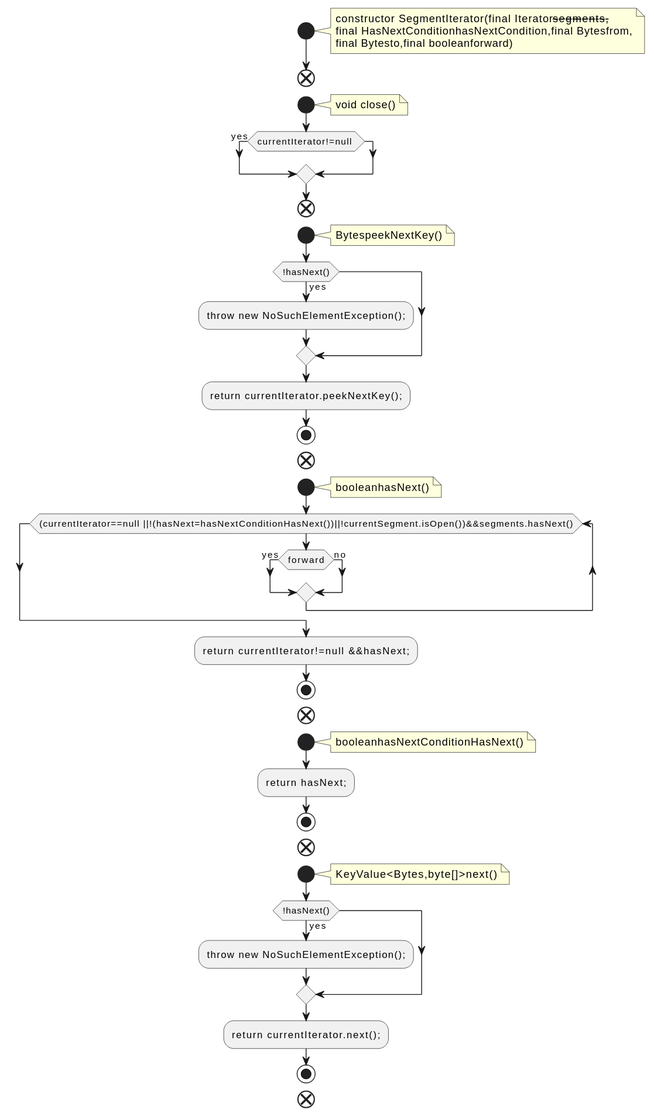
qualitesys/kafka keeps this PlantUML diagram as docs/qc/streams/src/main/java/org/apache/kafka/streams/state/internals/SegmentIterator.java.fct.svg. Above is the earlier version.
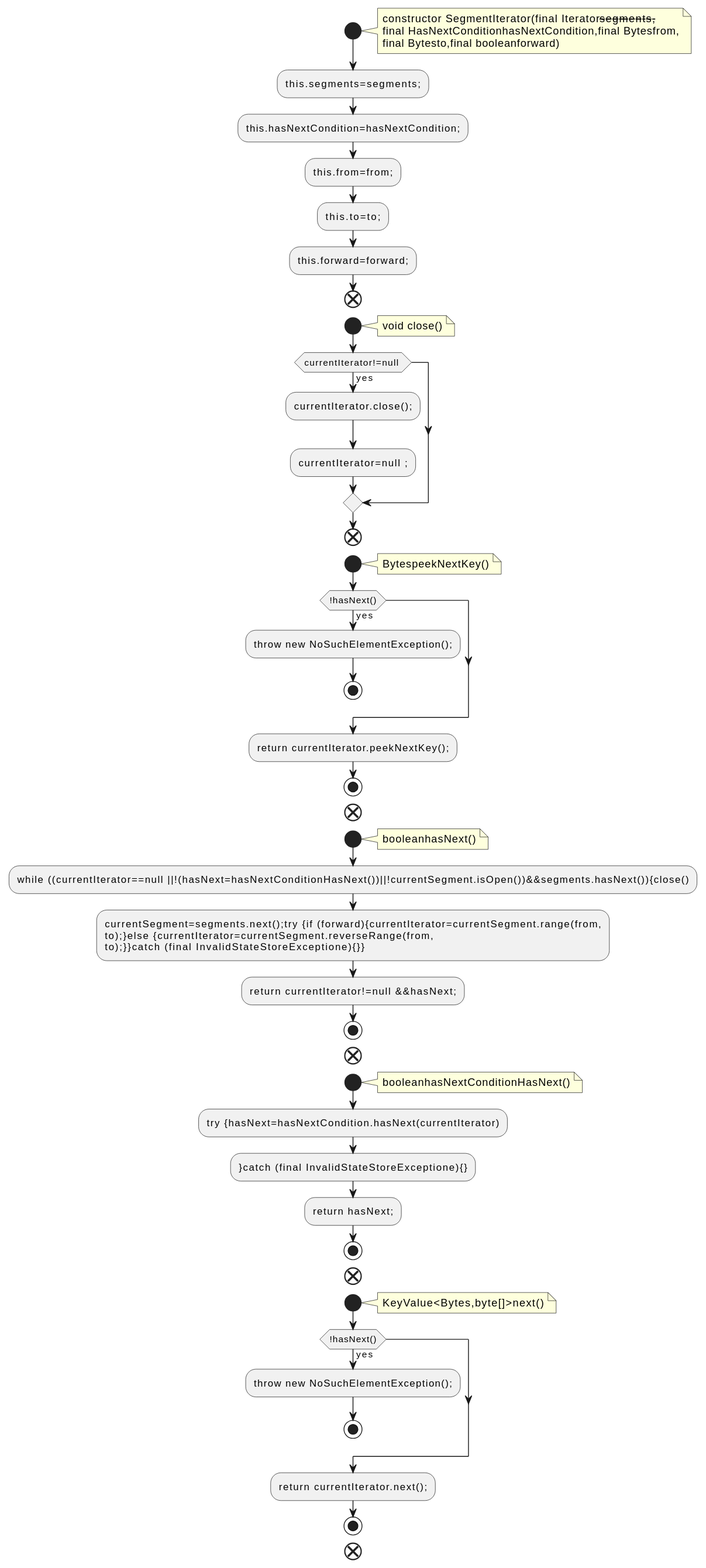
The same file after the commit.

Diff of the diagram source:
```diff
@@ -6,12 +6,19 @@
 final HasNextConditionhasNextCondition,final Bytesfrom,
 final Bytesto,final booleanforward)
 end note
+:this.segments=segments;;
+:this.hasNextCondition=hasNextCondition;;
+:this.from=from;;
+:this.to=to;;
+:this.forward=forward;;
 end
 start
 note right
 void close()
 end note
 if (currentIterator!=null ) then (yes)
+:currentIterator.close();;
+:currentIterator=null ;;
 endif
 end
 start
@@ -20,6 +27,7 @@
 end note
 if (!hasNext()) then (yes)
 :throw new NoSuchElementException();;
+stop
 endif
 :return currentIterator.peekNextKey();;
 stop
@@ -28,11 +36,10 @@
 note right
 booleanhasNext()
 end note
-while ((currentIterator==null ||!(hasNext=hasNextConditionHasNext())||!currentSegment.isOpen())&&segments.hasNext())
-if (forward) then (yes)
-else (no)
-endif
-endwhile
+:while ((currentIterator==null ||!(hasNext=hasNextConditionHasNext())||!currentSegment.isOpen())&&segments.hasNext()){close();
+:currentSegment=segments.next();try {if (forward){currentIterator=currentSegment.range(from,
+to);}else {currentIterator=currentSegment.reverseRange(from,
+to);}}catch (final InvalidStateStoreExceptione){}};
 :return currentIterator!=null &&hasNext;;
 stop
 end
@@ -40,6 +47,8 @@
 note right
 booleanhasNextConditionHasNext()
 end note
+:try {hasNext=hasNextCondition.hasNext(currentIterator);
+:}catch (final InvalidStateStoreExceptione){};
 :return hasNext;;
 stop
 end
@@ -49,6 +58,7 @@
 end note
 if (!hasNext()) then (yes)
 :throw new NoSuchElementException();;
+stop
 endif
 :return currentIterator.next();;
 stop
```
